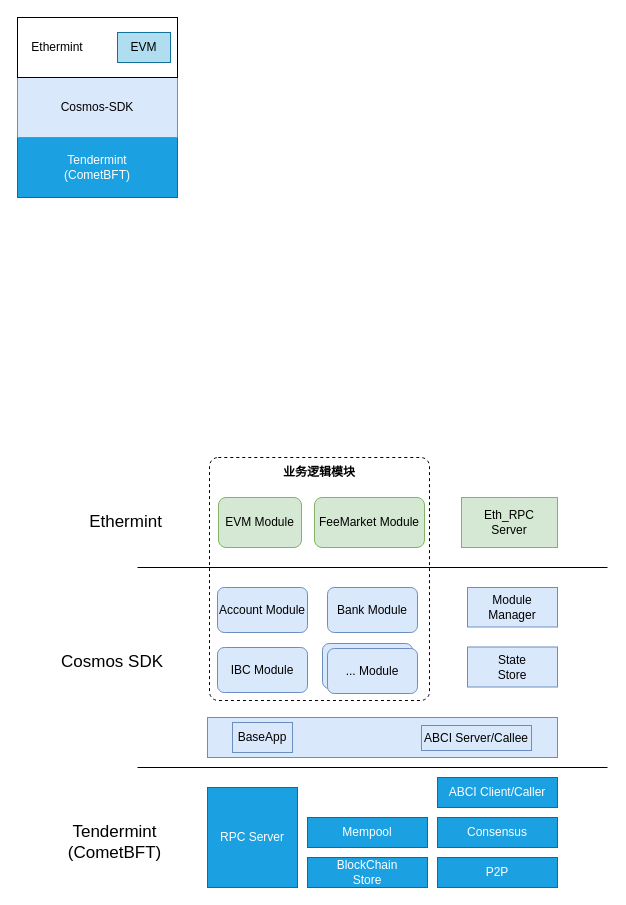
The draw.io diagram page "ethermint架构" (1 of 6) of images/ethermint分析绘图.drawio in wanggeng01041454/EthermintStudyNote, before the edit. Source tidied: cells renumbered, new cells numbered last; positions are measured from the earlier drawing's top-left corner, leaving out a move shared by most shapes. Both pictures are drawn from the tidied source at 100%, with x=0, y=0 at pixel (17, 17).
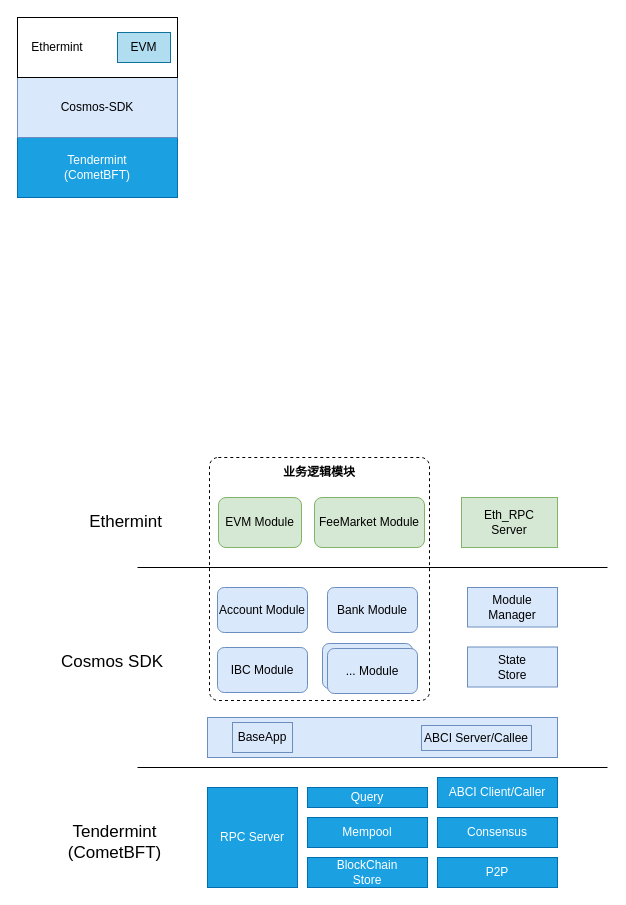
After the change.

Change to the diagram source:
```diff
@@
+    <mxCell id="33" value="Query" style="rounded=0;whiteSpace=wrap;html=1;fillColor=#1ba1e2;fontColor=#ffffff;strokeColor=#006EAF;" parent="1" vertex="1">
+      <mxGeometry x="290" y="770" width="120" height="20" as="geometry" />
+    </mxCell>
```
